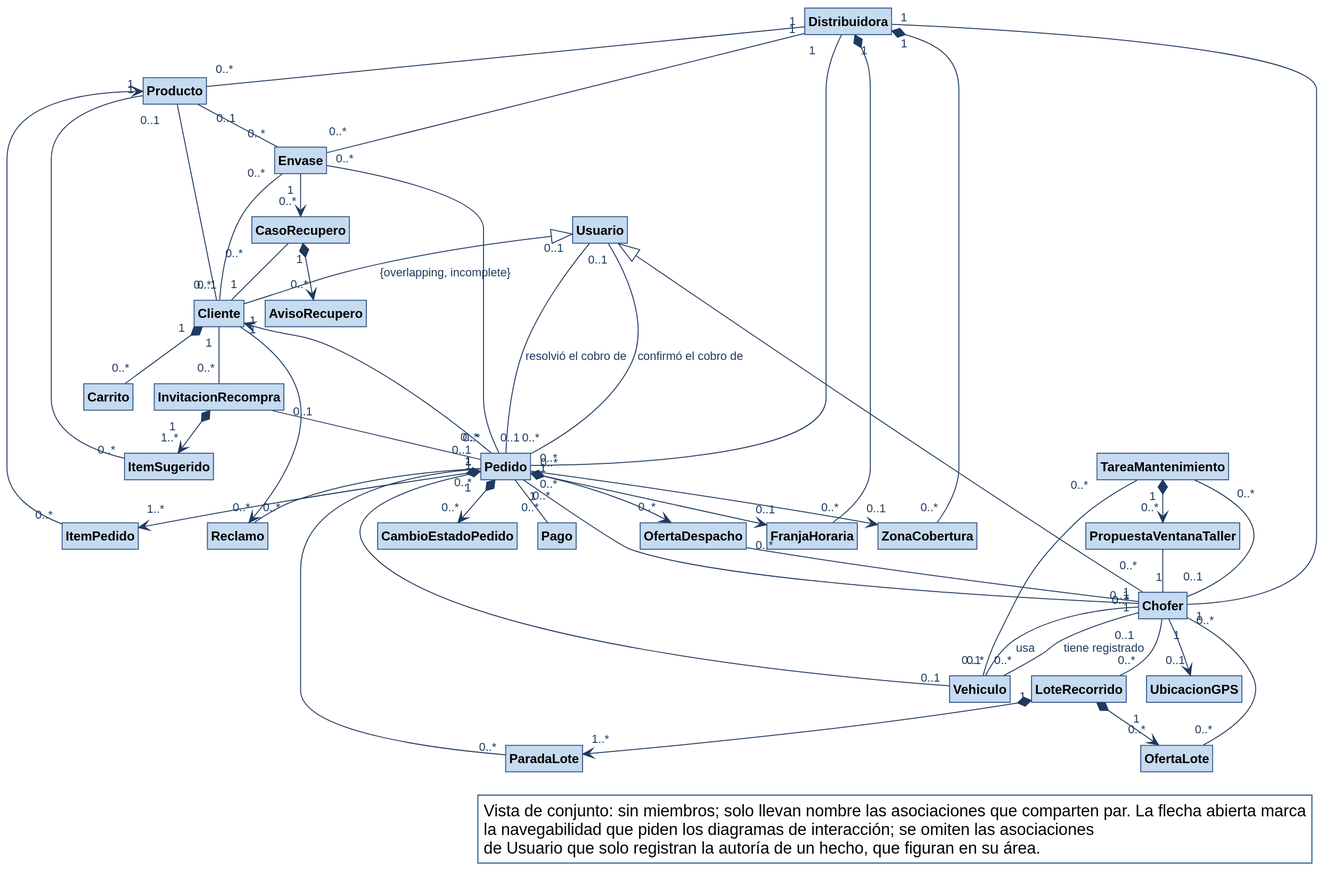
This is diagramas/clases-diseno/DC_General.svg from Nahuelito-Dev/splg-docs, a PlantUML export, as it was before one commit.
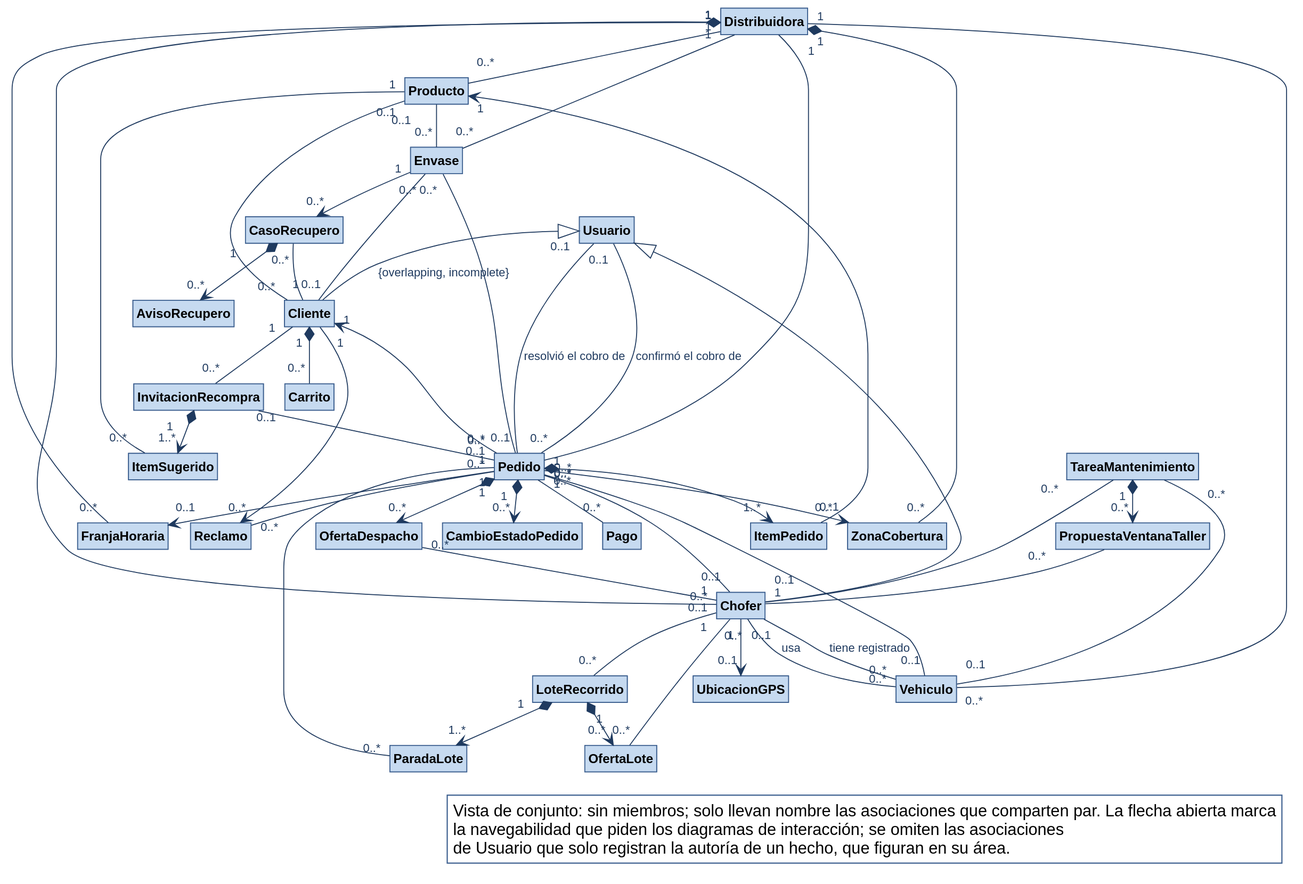
After the change.

Change to the diagram source:
```diff
@@ -61,6 +61,7 @@
 Distribuidora "1" -- "0..*" Chofer
 Distribuidora "1" -- "0..*" Producto
 Distribuidora "1" -- "0..*" Envase
+Distribuidora "1" -- "0..*" Vehiculo
 Distribuidora "1" -- "0..*" Pedido
 Distribuidora "1" *-- "0..*" ZonaCobertura
 Distribuidora "1" *-- "0..*" FranjaHoraria
@@ -88,8 +89,8 @@
 LoteRecorrido "1" *--> "0..*" OfertaLote
 OfertaLote "0..*" -- "1" Chofer
 Chofer "0..1" -- "0..*" LoteRecorrido
-Chofer "1" -- "0..*" Vehiculo : tiene registrado
 Chofer "0..*" -- "0..*" Vehiculo : usa
+Chofer "0..1" -- "0..*" Vehiculo : tiene registrado
 Chofer "1" --> "0..1" UbicacionGPS
 TareaMantenimiento "0..*" -- "0..1" Vehiculo
 TareaMantenimiento "0..*" -- "0..1" Chofer
```
